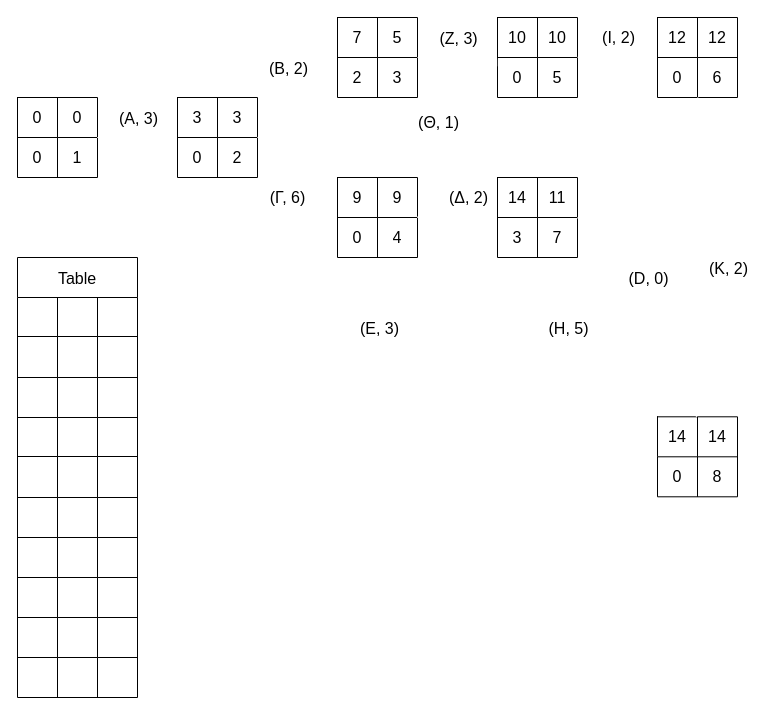
Earlier version of the draw.io diagram Business Research and Intelligence Projects/project 2/task 5.drawio (asimakiskydros/University-Projects). Source tidied: cells renumbered, new cells numbered last; positions are measured from the earlier drawing's top-left corner, leaving out a move shared by most shapes. Both pictures are drawn from the tidied source at 100%, with x=0, y=0 at pixel (17, 17).
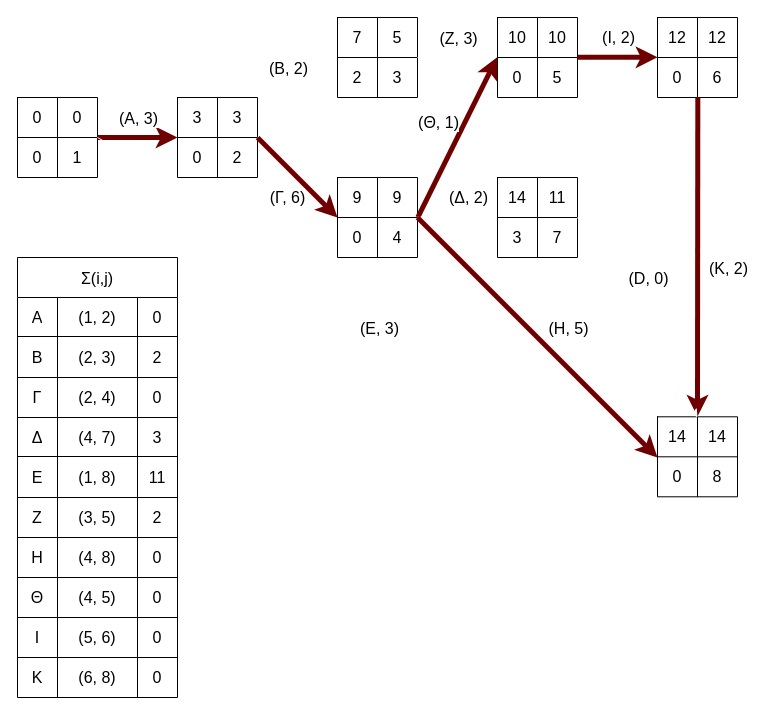
Above is the later version.

Unchanged cells that the change refers to:
```xml
<mxCell id="6" style="shape=tableRow;horizontal=0;startSize=0;swimlaneHead=0;swimlaneBody=0;strokeColor=inherit;top=0;left=0;bottom=0;right=0;fillColor=none;points=[[0,0.5],[1,0.5]];portConstraint=eastwest;fontSize=16;" parent="2" vertex="1">
  <mxGeometry y="40" width="80" height="40" as="geometry" />
</mxCell>
<mxCell id="33" style="shape=tableRow;horizontal=0;startSize=0;swimlaneHead=0;swimlaneBody=0;strokeColor=inherit;top=0;left=0;bottom=0;right=0;fillColor=none;points=[[0,0.5],[1,0.5]];portConstraint=eastwest;fontSize=16;" parent="29" vertex="1">
  <mxGeometry y="40" width="80" height="40" as="geometry" />
</mxCell>
<mxCell id="42" style="shape=tableRow;horizontal=0;startSize=0;swimlaneHead=0;swimlaneBody=0;strokeColor=inherit;top=0;left=0;bottom=0;right=0;fillColor=none;points=[[0,0.5],[1,0.5]];portConstraint=eastwest;fontSize=16;" parent="38" vertex="1">
  <mxGeometry y="40" width="80" height="40" as="geometry" />
</mxCell>
<mxCell id="53" style="shape=tableRow;horizontal=0;startSize=0;swimlaneHead=0;swimlaneBody=0;strokeColor=inherit;top=0;left=0;bottom=0;right=0;fillColor=none;points=[[0,0.5],[1,0.5]];portConstraint=eastwest;fontSize=16;" parent="49" vertex="1">
  <mxGeometry y="40" width="80" height="40" as="geometry" />
</mxCell>
<mxCell id="57" style="shape=tableRow;horizontal=0;startSize=0;swimlaneHead=0;swimlaneBody=0;strokeColor=inherit;top=0;left=0;bottom=0;right=0;fillColor=none;points=[[0,0.5],[1,0.5]];portConstraint=eastwest;fontSize=16;" parent="56" vertex="1">
  <mxGeometry width="80" height="40" as="geometry" />
</mxCell>
```

What changed in the source:
```diff
@@
-    <mxCell id="9" style="endArrow=classic;html=1;rounded=0;exitX=1;exitY=0;exitDx=0;exitDy=0;exitPerimeter=0;fillColor=#a20025;strokeColor=#FFFFFF;strokeWidth=1;" parent="1" edge="1" source="6">
+    <mxCell id="9" style="endArrow=classic;html=1;rounded=0;exitX=1;exitY=0;exitDx=0;exitDy=0;exitPerimeter=0;fillColor=#a20025;strokeColor=#6F0000;strokeWidth=5;" parent="1" edge="1" source="6">
       <mxGeometry relative="1" as="geometry">
         <mxPoint x="160" y="120" as="targetPoint" />
       </mxGeometry>
     </mxCell>
@@
-    <mxCell id="18" style="endArrow=classic;html=1;rounded=0;fillColor=#a20025;strokeColor=#FFFFFF;strokeWidth=1;" parent="1" edge="1">
+    <mxCell id="18" style="endArrow=classic;html=1;rounded=0;fillColor=#a20025;strokeColor=#6F0000;strokeWidth=5;" parent="1" edge="1">
       <mxGeometry relative="1" as="geometry">
         <mxPoint x="240" y="120" as="sourcePoint" />
         <mxPoint x="320" y="200" as="targetPoint" />
       </mxGeometry>
     </mxCell>
@@
-    <mxCell id="45" style="endArrow=classic;html=1;rounded=0;fillColor=#a20025;strokeColor=#FFFFFF;strokeWidth=1;exitX=1.004;exitY=-0.005;exitDx=0;exitDy=0;exitPerimeter=0;entryX=-0.004;entryY=-0.005;entryDx=0;entryDy=0;entryPerimeter=0;" parent="1" edge="1" source="33" target="42">
+    <mxCell id="45" style="endArrow=classic;html=1;rounded=0;fillColor=#a20025;strokeColor=#6F0000;strokeWidth=5;exitX=1.004;exitY=-0.005;exitDx=0;exitDy=0;exitPerimeter=0;entryX=-0.004;entryY=-0.005;entryDx=0;entryDy=0;entryPerimeter=0;" parent="1" edge="1" source="33" target="42">
       <mxGeometry relative="1" as="geometry" />
     </mxCell>
@@
-    <mxCell id="47" style="endArrow=classic;html=1;rounded=0;fillColor=#a20025;strokeColor=#FFFFFF;strokeWidth=1;" parent="1" edge="1">
+    <mxCell id="47" style="endArrow=classic;html=1;rounded=0;fillColor=#a20025;strokeColor=#6F0000;strokeWidth=5;" parent="1" edge="1">
       <mxGeometry relative="1" as="geometry">
         <mxPoint x="560" y="39.8" as="sourcePoint" />
         <mxPoint x="640" y="39.8" as="targetPoint" />
       </mxGeometry>
     </mxCell>
@@
-    <mxCell id="63" style="endArrow=classic;html=1;rounded=0;fillColor=#a20025;strokeColor=#FFFFFF;strokeWidth=1;exitX=0.504;exitY=0.995;exitDx=0;exitDy=0;exitPerimeter=0;entryX=0.5;entryY=-0.005;entryDx=0;entryDy=0;entryPerimeter=0;" parent="1" edge="1" source="53" target="57">
+    <mxCell id="63" style="endArrow=classic;html=1;rounded=0;fillColor=#a20025;strokeColor=#6F0000;strokeWidth=5;exitX=0.504;exitY=0.995;exitDx=0;exitDy=0;exitPerimeter=0;entryX=0.5;entryY=-0.005;entryDx=0;entryDy=0;entryPerimeter=0;" parent="1" edge="1" source="53" target="57">
       <mxGeometry relative="1" as="geometry" />
     </mxCell>
@@
-    <mxCell id="76" style="endArrow=classic;html=1;rounded=0;fillColor=#a20025;strokeColor=#FFFFFF;strokeWidth=1;" parent="1" edge="1">
+    <mxCell id="76" style="endArrow=classic;html=1;rounded=0;fillColor=#a20025;strokeColor=#6F0000;strokeWidth=5;" parent="1" edge="1">
       <mxGeometry relative="1" as="geometry">
         <mxPoint x="400" y="200" as="sourcePoint" />
         <mxPoint x="640" y="440" as="targetPoint" />
       </mxGeometry>
     </mxCell>
@@
-    <mxCell id="80" value="Table" style="shape=table;startSize=40;childLayout=tableLayout;strokeColor=default;fontSize=16;" parent="1" vertex="1">
-      <mxGeometry y="240" width="120" height="440" as="geometry" />
+    <mxCell id="80" value="Σ(i,j)" style="shape=table;startSize=40;childLayout=tableLayout;strokeColor=default;fontSize=16;" parent="1" vertex="1">
+      <mxGeometry y="240" width="160" height="440" as="geometry" />
     </mxCell>
     <mxCell id="81" style="shape=tableRow;horizontal=0;startSize=0;swimlaneHead=0;swimlaneBody=0;strokeColor=inherit;top=0;left=0;bottom=0;right=0;fillColor=none;fontSize=16;" parent="80" vertex="1">
-      <mxGeometry y="40" width="120" height="39" as="geometry" />
+      <mxGeometry y="40" width="160" height="39" as="geometry" />
     </mxCell>
-    <mxCell id="82" style="shape=partialRectangle;html=1;whiteSpace=wrap;strokeColor=inherit;overflow=hidden;fillColor=none;top=0;left=0;bottom=0;right=0;fontSize=16;" parent="81" vertex="1">
+    <mxCell id="82" value="A" style="shape=partialRectangle;html=1;whiteSpace=wrap;strokeColor=inherit;overflow=hidden;fillColor=none;top=0;left=0;bottom=0;right=0;fontSize=16;" parent="81" vertex="1">
       <mxGeometry width="40" height="39" as="geometry" />
     </mxCell>
-    <mxCell id="83" style="shape=partialRectangle;html=1;whiteSpace=wrap;strokeColor=inherit;overflow=hidden;fillColor=none;top=0;left=0;bottom=0;right=0;fontSize=16;" parent="81" vertex="1">
-      <mxGeometry x="40" width="40" height="39" as="geometry" />
+    <mxCell id="83" value="(1, 2)" style="shape=partialRectangle;html=1;whiteSpace=wrap;strokeColor=inherit;overflow=hidden;fillColor=none;top=0;left=0;bottom=0;right=0;fontSize=16;" parent="81" vertex="1">
+      <mxGeometry x="40" width="80" height="39" as="geometry" />
     </mxCell>
-    <mxCell id="84" style="shape=partialRectangle;html=1;whiteSpace=wrap;strokeColor=inherit;overflow=hidden;fillColor=none;top=0;left=0;bottom=0;right=0;fontSize=16;" parent="81" vertex="1">
-      <mxGeometry x="80" width="40" height="39" as="geometry" />
+    <mxCell id="84" value="0" style="shape=partialRectangle;html=1;whiteSpace=wrap;strokeColor=inherit;overflow=hidden;fillColor=none;top=0;left=0;bottom=0;right=0;fontSize=16;" parent="81" vertex="1">
+      <mxGeometry x="120" width="40" height="39" as="geometry" />
     </mxCell>
     <mxCell id="85" style="shape=tableRow;horizontal=0;startSize=0;swimlaneHead=0;swimlaneBody=0;strokeColor=inherit;top=0;left=0;bottom=0;right=0;fillColor=none;fontSize=16;" parent="80" vertex="1">
-      <mxGeometry y="79" width="120" height="41" as="geometry" />
+      <mxGeometry y="79" width="160" height="41" as="geometry" />
     </mxCell>
-    <mxCell id="86" style="shape=partialRectangle;html=1;whiteSpace=wrap;strokeColor=inherit;overflow=hidden;fillColor=none;top=0;left=0;bottom=0;right=0;fontSize=16;" parent="85" vertex="1">
+    <mxCell id="86" value="B" style="shape=partialRectangle;html=1;whiteSpace=wrap;strokeColor=inherit;overflow=hidden;fillColor=none;top=0;left=0;bottom=0;right=0;fontSize=16;" parent="85" vertex="1">
       <mxGeometry width="40" height="41" as="geometry" />
     </mxCell>
-    <mxCell id="87" style="shape=partialRectangle;html=1;whiteSpace=wrap;strokeColor=inherit;overflow=hidden;fillColor=none;top=0;left=0;bottom=0;right=0;fontSize=16;" parent="85" vertex="1">
-      <mxGeometry x="40" width="40" height="41" as="geometry" />
+    <mxCell id="87" value="(2, 3)" style="shape=partialRectangle;html=1;whiteSpace=wrap;strokeColor=inherit;overflow=hidden;fillColor=none;top=0;left=0;bottom=0;right=0;fontSize=16;" parent="85" vertex="1">
+      <mxGeometry x="40" width="80" height="41" as="geometry" />
     </mxCell>
-    <mxCell id="88" style="shape=partialRectangle;html=1;whiteSpace=wrap;strokeColor=inherit;overflow=hidden;fillColor=none;top=0;left=0;bottom=0;right=0;fontSize=16;" parent="85" vertex="1">
-      <mxGeometry x="80" width="40" height="41" as="geometry" />
+    <mxCell id="88" value="2" style="shape=partialRectangle;html=1;whiteSpace=wrap;strokeColor=inherit;overflow=hidden;fillColor=none;top=0;left=0;bottom=0;right=0;fontSize=16;" parent="85" vertex="1">
+      <mxGeometry x="120" width="40" height="41" as="geometry" />
     </mxCell>
     <mxCell id="89" style="shape=tableRow;horizontal=0;startSize=0;swimlaneHead=0;swimlaneBody=0;strokeColor=inherit;top=0;left=0;bottom=0;right=0;fillColor=none;fontSize=16;" parent="80" vertex="1">
-      <mxGeometry y="120" width="120" height="40" as="geometry" />
+      <mxGeometry y="120" width="160" height="40" as="geometry" />
     </mxCell>
-    <mxCell id="90" style="shape=partialRectangle;html=1;whiteSpace=wrap;strokeColor=inherit;overflow=hidden;fillColor=none;top=0;left=0;bottom=0;right=0;fontSize=16;" parent="89" vertex="1">
+    <mxCell id="90" value="Γ" style="shape=partialRectangle;html=1;whiteSpace=wrap;strokeColor=inherit;overflow=hidden;fillColor=none;top=0;left=0;bottom=0;right=0;fontSize=16;" parent="89" vertex="1">
       <mxGeometry width="40" height="40" as="geometry" />
     </mxCell>
-    <mxCell id="91" style="shape=partialRectangle;html=1;whiteSpace=wrap;strokeColor=inherit;overflow=hidden;fillColor=none;top=0;left=0;bottom=0;right=0;fontSize=16;" parent="89" vertex="1">
-      <mxGeometry x="40" width="40" height="40" as="geometry" />
+    <mxCell id="91" value="(2, 4)" style="shape=partialRectangle;html=1;whiteSpace=wrap;strokeColor=inherit;overflow=hidden;fillColor=none;top=0;left=0;bottom=0;right=0;fontSize=16;" parent="89" vertex="1">
+      <mxGeometry x="40" width="80" height="40" as="geometry" />
     </mxCell>
-    <mxCell id="92" style="shape=partialRectangle;html=1;whiteSpace=wrap;strokeColor=inherit;overflow=hidden;fillColor=none;top=0;left=0;bottom=0;right=0;fontSize=16;" parent="89" vertex="1">
-      <mxGeometry x="80" width="40" height="40" as="geometry" />
+    <mxCell id="92" value="0" style="shape=partialRectangle;html=1;whiteSpace=wrap;strokeColor=inherit;overflow=hidden;fillColor=none;top=0;left=0;bottom=0;right=0;fontSize=16;" parent="89" vertex="1">
+      <mxGeometry x="120" width="40" height="40" as="geometry" />
     </mxCell>
     <mxCell id="93" style="shape=tableRow;horizontal=0;startSize=0;swimlaneHead=0;swimlaneBody=0;strokeColor=inherit;top=0;left=0;bottom=0;right=0;fillColor=none;fontSize=16;" parent="80" vertex="1">
-      <mxGeometry y="160" width="120" height="39" as="geometry" />
+      <mxGeometry y="160" width="160" height="39" as="geometry" />
     </mxCell>
-    <mxCell id="94" style="shape=partialRectangle;html=1;whiteSpace=wrap;strokeColor=inherit;overflow=hidden;fillColor=none;top=0;left=0;bottom=0;right=0;fontSize=16;" parent="93" vertex="1">
+    <mxCell id="94" value="Δ" style="shape=partialRectangle;html=1;whiteSpace=wrap;strokeColor=inherit;overflow=hidden;fillColor=none;top=0;left=0;bottom=0;right=0;fontSize=16;" parent="93" vertex="1">
       <mxGeometry width="40" height="39" as="geometry" />
     </mxCell>
-    <mxCell id="95" style="shape=partialRectangle;html=1;whiteSpace=wrap;strokeColor=inherit;overflow=hidden;fillColor=none;top=0;left=0;bottom=0;right=0;fontSize=16;" parent="93" vertex="1">
-      <mxGeometry x="40" width="40" height="39" as="geometry" />
+    <mxCell id="95" value="(4, 7)" style="shape=partialRectangle;html=1;whiteSpace=wrap;strokeColor=inherit;overflow=hidden;fillColor=none;top=0;left=0;bottom=0;right=0;fontSize=16;" parent="93" vertex="1">
+      <mxGeometry x="40" width="80" height="39" as="geometry" />
     </mxCell>
-    <mxCell id="96" style="shape=partialRectangle;html=1;whiteSpace=wrap;strokeColor=inherit;overflow=hidden;fillColor=none;top=0;left=0;bottom=0;right=0;fontSize=16;" parent="93" vertex="1">
-      <mxGeometry x="80" width="40" height="39" as="geometry" />
+    <mxCell id="96" value="3" style="shape=partialRectangle;html=1;whiteSpace=wrap;strokeColor=inherit;overflow=hidden;fillColor=none;top=0;left=0;bottom=0;right=0;fontSize=16;" parent="93" vertex="1">
+      <mxGeometry x="120" width="40" height="39" as="geometry" />
     </mxCell>
     <mxCell id="97" style="shape=tableRow;horizontal=0;startSize=0;swimlaneHead=0;swimlaneBody=0;strokeColor=inherit;top=0;left=0;bottom=0;right=0;fillColor=none;fontSize=16;" parent="80" vertex="1">
-      <mxGeometry y="199" width="120" height="41" as="geometry" />
+      <mxGeometry y="199" width="160" height="41" as="geometry" />
     </mxCell>
-    <mxCell id="98" style="shape=partialRectangle;html=1;whiteSpace=wrap;strokeColor=inherit;overflow=hidden;fillColor=none;top=0;left=0;bottom=0;right=0;fontSize=16;" parent="97" vertex="1">
+    <mxCell id="98" value="Ε" style="shape=partialRectangle;html=1;whiteSpace=wrap;strokeColor=inherit;overflow=hidden;fillColor=none;top=0;left=0;bottom=0;right=0;fontSize=16;" parent="97" vertex="1">
       <mxGeometry width="40" height="41" as="geometry" />
     </mxCell>
-    <mxCell id="99" style="shape=partialRectangle;html=1;whiteSpace=wrap;strokeColor=inherit;overflow=hidden;fillColor=none;top=0;left=0;bottom=0;right=0;fontSize=16;" parent="97" vertex="1">
-      <mxGeometry x="40" width="40" height="41" as="geometry" />
+    <mxCell id="99" value="(1, 8)" style="shape=partialRectangle;html=1;whiteSpace=wrap;strokeColor=inherit;overflow=hidden;fillColor=none;top=0;left=0;bottom=0;right=0;fontSize=16;" parent="97" vertex="1">
+      <mxGeometry x="40" width="80" height="41" as="geometry" />
     </mxCell>
-    <mxCell id="100" style="shape=partialRectangle;html=1;whiteSpace=wrap;strokeColor=inherit;overflow=hidden;fillColor=none;top=0;left=0;bottom=0;right=0;fontSize=16;" parent="97" vertex="1">
-      <mxGeometry x="80" width="40" height="41" as="geometry" />
+    <mxCell id="100" value="11" style="shape=partialRectangle;html=1;whiteSpace=wrap;strokeColor=inherit;overflow=hidden;fillColor=none;top=0;left=0;bottom=0;right=0;fontSize=16;" parent="97" vertex="1">
+      <mxGeometry x="120" width="40" height="41" as="geometry" />
     </mxCell>
     <mxCell id="101" style="shape=tableRow;horizontal=0;startSize=0;swimlaneHead=0;swimlaneBody=0;strokeColor=inherit;top=0;left=0;bottom=0;right=0;fillColor=none;fontSize=16;" parent="80" vertex="1">
-      <mxGeometry y="240" width="120" height="40" as="geometry" />
+      <mxGeometry y="240" width="160" height="40" as="geometry" />
     </mxCell>
-    <mxCell id="102" style="shape=partialRectangle;html=1;whiteSpace=wrap;strokeColor=inherit;overflow=hidden;fillColor=none;top=0;left=0;bottom=0;right=0;fontSize=16;" parent="101" vertex="1">
+    <mxCell id="102" value="Ζ" style="shape=partialRectangle;html=1;whiteSpace=wrap;strokeColor=inherit;overflow=hidden;fillColor=none;top=0;left=0;bottom=0;right=0;fontSize=16;" parent="101" vertex="1">
       <mxGeometry width="40" height="40" as="geometry" />
     </mxCell>
-    <mxCell id="103" style="shape=partialRectangle;html=1;whiteSpace=wrap;strokeColor=inherit;overflow=hidden;fillColor=none;top=0;left=0;bottom=0;right=0;fontSize=16;" parent="101" vertex="1">
-      <mxGeometry x="40" width="40" height="40" as="geometry" />
+    <mxCell id="103" value="(3, 5)" style="shape=partialRectangle;html=1;whiteSpace=wrap;strokeColor=inherit;overflow=hidden;fillColor=none;top=0;left=0;bottom=0;right=0;fontSize=16;" parent="101" vertex="1">
+      <mxGeometry x="40" width="80" height="40" as="geometry" />
     </mxCell>
-    <mxCell id="104" style="shape=partialRectangle;html=1;whiteSpace=wrap;strokeColor=inherit;overflow=hidden;fillColor=none;top=0;left=0;bottom=0;right=0;fontSize=16;" parent="101" vertex="1">
-      <mxGeometry x="80" width="40" height="40" as="geometry" />
+    <mxCell id="104" value="2" style="shape=partialRectangle;html=1;whiteSpace=wrap;strokeColor=inherit;overflow=hidden;fillColor=none;top=0;left=0;bottom=0;right=0;fontSize=16;" parent="101" vertex="1">
+      <mxGeometry x="120" width="40" height="40" as="geometry" />
     </mxCell>
     <mxCell id="105" style="shape=tableRow;horizontal=0;startSize=0;swimlaneHead=0;swimlaneBody=0;strokeColor=inherit;top=0;left=0;bottom=0;right=0;fillColor=none;fontSize=16;" parent="80" vertex="1">
-      <mxGeometry y="280" width="120" height="40" as="geometry" />
+      <mxGeometry y="280" width="160" height="40" as="geometry" />
     </mxCell>
-    <mxCell id="106" style="shape=partialRectangle;html=1;whiteSpace=wrap;strokeColor=inherit;overflow=hidden;fillColor=none;top=0;left=0;bottom=0;right=0;fontSize=16;" parent="105" vertex="1">
+    <mxCell id="106" value="Η" style="shape=partialRectangle;html=1;whiteSpace=wrap;strokeColor=inherit;overflow=hidden;fillColor=none;top=0;left=0;bottom=0;right=0;fontSize=16;" parent="105" vertex="1">
       <mxGeometry width="40" height="40" as="geometry" />
     </mxCell>
-    <mxCell id="107" style="shape=partialRectangle;html=1;whiteSpace=wrap;strokeColor=inherit;overflow=hidden;fillColor=none;top=0;left=0;bottom=0;right=0;fontSize=16;" parent="105" vertex="1">
-      <mxGeometry x="40" width="40" height="40" as="geometry" />
+    <mxCell id="107" value="(4, 8)" style="shape=partialRectangle;html=1;whiteSpace=wrap;strokeColor=inherit;overflow=hidden;fillColor=none;top=0;left=0;bottom=0;right=0;fontSize=16;" parent="105" vertex="1">
+      <mxGeometry x="40" width="80" height="40" as="geometry" />
     </mxCell>
-    <mxCell id="108" style="shape=partialRectangle;html=1;whiteSpace=wrap;strokeColor=inherit;overflow=hidden;fillColor=none;top=0;left=0;bottom=0;right=0;fontSize=16;" parent="105" vertex="1">
-      <mxGeometry x="80" width="40" height="40" as="geometry" />
+    <mxCell id="108" value="0" style="shape=partialRectangle;html=1;whiteSpace=wrap;strokeColor=inherit;overflow=hidden;fillColor=none;top=0;left=0;bottom=0;right=0;fontSize=16;" parent="105" vertex="1">
+      <mxGeometry x="120" width="40" height="40" as="geometry" />
     </mxCell>
     <mxCell id="109" style="shape=tableRow;horizontal=0;startSize=0;swimlaneHead=0;swimlaneBody=0;strokeColor=inherit;top=0;left=0;bottom=0;right=0;fillColor=none;fontSize=16;" parent="80" vertex="1">
-      <mxGeometry y="320" width="120" height="40" as="geometry" />
+      <mxGeometry y="320" width="160" height="40" as="geometry" />
     </mxCell>
-    <mxCell id="110" style="shape=partialRectangle;html=1;whiteSpace=wrap;strokeColor=inherit;overflow=hidden;fillColor=none;top=0;left=0;bottom=0;right=0;fontSize=16;" parent="109" vertex="1">
+    <mxCell id="110" value="Θ" style="shape=partialRectangle;html=1;whiteSpace=wrap;strokeColor=inherit;overflow=hidden;fillColor=none;top=0;left=0;bottom=0;right=0;fontSize=16;" parent="109" vertex="1">
       <mxGeometry width="40" height="40" as="geometry" />
     </mxCell>
-    <mxCell id="111" style="shape=partialRectangle;html=1;whiteSpace=wrap;strokeColor=inherit;overflow=hidden;fillColor=none;top=0;left=0;bottom=0;right=0;fontSize=16;" parent="109" vertex="1">
-      <mxGeometry x="40" width="40" height="40" as="geometry" />
+    <mxCell id="111" value="(4, 5)" style="shape=partialRectangle;html=1;whiteSpace=wrap;strokeColor=inherit;overflow=hidden;fillColor=none;top=0;left=0;bottom=0;right=0;fontSize=16;" parent="109" vertex="1">
+      <mxGeometry x="40" width="80" height="40" as="geometry" />
     </mxCell>
-    <mxCell id="112" style="shape=partialRectangle;html=1;whiteSpace=wrap;strokeColor=inherit;overflow=hidden;fillColor=none;top=0;left=0;bottom=0;right=0;fontSize=16;" parent="109" vertex="1">
-      <mxGeometry x="80" width="40" height="40" as="geometry" />
+    <mxCell id="112" value="0" style="shape=partialRectangle;html=1;whiteSpace=wrap;strokeColor=inherit;overflow=hidden;fillColor=none;top=0;left=0;bottom=0;right=0;fontSize=16;" parent="109" vertex="1">
+      <mxGeometry x="120" width="40" height="40" as="geometry" />
     </mxCell>
     <mxCell id="113" style="shape=tableRow;horizontal=0;startSize=0;swimlaneHead=0;swimlaneBody=0;strokeColor=inherit;top=0;left=0;bottom=0;right=0;fillColor=none;fontSize=16;" parent="80" vertex="1">
-      <mxGeometry y="360" width="120" height="40" as="geometry" />
+      <mxGeometry y="360" width="160" height="40" as="geometry" />
     </mxCell>
-    <mxCell id="114" style="shape=partialRectangle;html=1;whiteSpace=wrap;strokeColor=inherit;overflow=hidden;fillColor=none;top=0;left=0;bottom=0;right=0;fontSize=16;" parent="113" vertex="1">
+    <mxCell id="114" value="Ι" style="shape=partialRectangle;html=1;whiteSpace=wrap;strokeColor=inherit;overflow=hidden;fillColor=none;top=0;left=0;bottom=0;right=0;fontSize=16;" parent="113" vertex="1">
       <mxGeometry width="40" height="40" as="geometry" />
     </mxCell>
-    <mxCell id="115" style="shape=partialRectangle;html=1;whiteSpace=wrap;strokeColor=inherit;overflow=hidden;fillColor=none;top=0;left=0;bottom=0;right=0;fontSize=16;" parent="113" vertex="1">
-      <mxGeometry x="40" width="40" height="40" as="geometry" />
+    <mxCell id="115" value="(5, 6)" style="shape=partialRectangle;html=1;whiteSpace=wrap;strokeColor=inherit;overflow=hidden;fillColor=none;top=0;left=0;bottom=0;right=0;fontSize=16;" parent="113" vertex="1">
+      <mxGeometry x="40" width="80" height="40" as="geometry" />
     </mxCell>
-    <mxCell id="116" style="shape=partialRectangle;html=1;whiteSpace=wrap;strokeColor=inherit;overflow=hidden;fillColor=none;top=0;left=0;bottom=0;right=0;fontSize=16;" parent="113" vertex="1">
-      <mxGeometry x="80" width="40" height="40" as="geometry" />
+    <mxCell id="116" value="0" style="shape=partialRectangle;html=1;whiteSpace=wrap;strokeColor=inherit;overflow=hidden;fillColor=none;top=0;left=0;bottom=0;right=0;fontSize=16;" parent="113" vertex="1">
+      <mxGeometry x="120" width="40" height="40" as="geometry" />
     </mxCell>
     <mxCell id="117" style="shape=tableRow;horizontal=0;startSize=0;swimlaneHead=0;swimlaneBody=0;strokeColor=inherit;top=0;left=0;bottom=0;right=0;fillColor=none;fontSize=16;" parent="80" vertex="1">
-      <mxGeometry y="400" width="120" height="40" as="geometry" />
+      <mxGeometry y="400" width="160" height="40" as="geometry" />
     </mxCell>
-    <mxCell id="118" style="shape=partialRectangle;html=1;whiteSpace=wrap;strokeColor=inherit;overflow=hidden;fillColor=none;top=0;left=0;bottom=0;right=0;fontSize=16;" parent="117" vertex="1">
+    <mxCell id="118" value="Κ" style="shape=partialRectangle;html=1;whiteSpace=wrap;strokeColor=inherit;overflow=hidden;fillColor=none;top=0;left=0;bottom=0;right=0;fontSize=16;" parent="117" vertex="1">
       <mxGeometry width="40" height="40" as="geometry" />
     </mxCell>
-    <mxCell id="119" style="shape=partialRectangle;html=1;whiteSpace=wrap;strokeColor=inherit;overflow=hidden;fillColor=none;top=0;left=0;bottom=0;right=0;fontSize=16;" parent="117" vertex="1">
-      <mxGeometry x="40" width="40" height="40" as="geometry" />
+    <mxCell id="119" value="(6, 8)" style="shape=partialRectangle;html=1;whiteSpace=wrap;strokeColor=inherit;overflow=hidden;fillColor=none;top=0;left=0;bottom=0;right=0;fontSize=16;" parent="117" vertex="1">
+      <mxGeometry x="40" width="80" height="40" as="geometry" />
     </mxCell>
-    <mxCell id="120" style="shape=partialRectangle;html=1;whiteSpace=wrap;strokeColor=inherit;overflow=hidden;fillColor=none;top=0;left=0;bottom=0;right=0;fontSize=16;" parent="117" vertex="1">
-      <mxGeometry x="80" width="40" height="40" as="geometry" />
+    <mxCell id="120" value="0" style="shape=partialRectangle;html=1;whiteSpace=wrap;strokeColor=inherit;overflow=hidden;fillColor=none;top=0;left=0;bottom=0;right=0;fontSize=16;" parent="117" vertex="1">
+      <mxGeometry x="120" width="40" height="40" as="geometry" />
     </mxCell>
```
